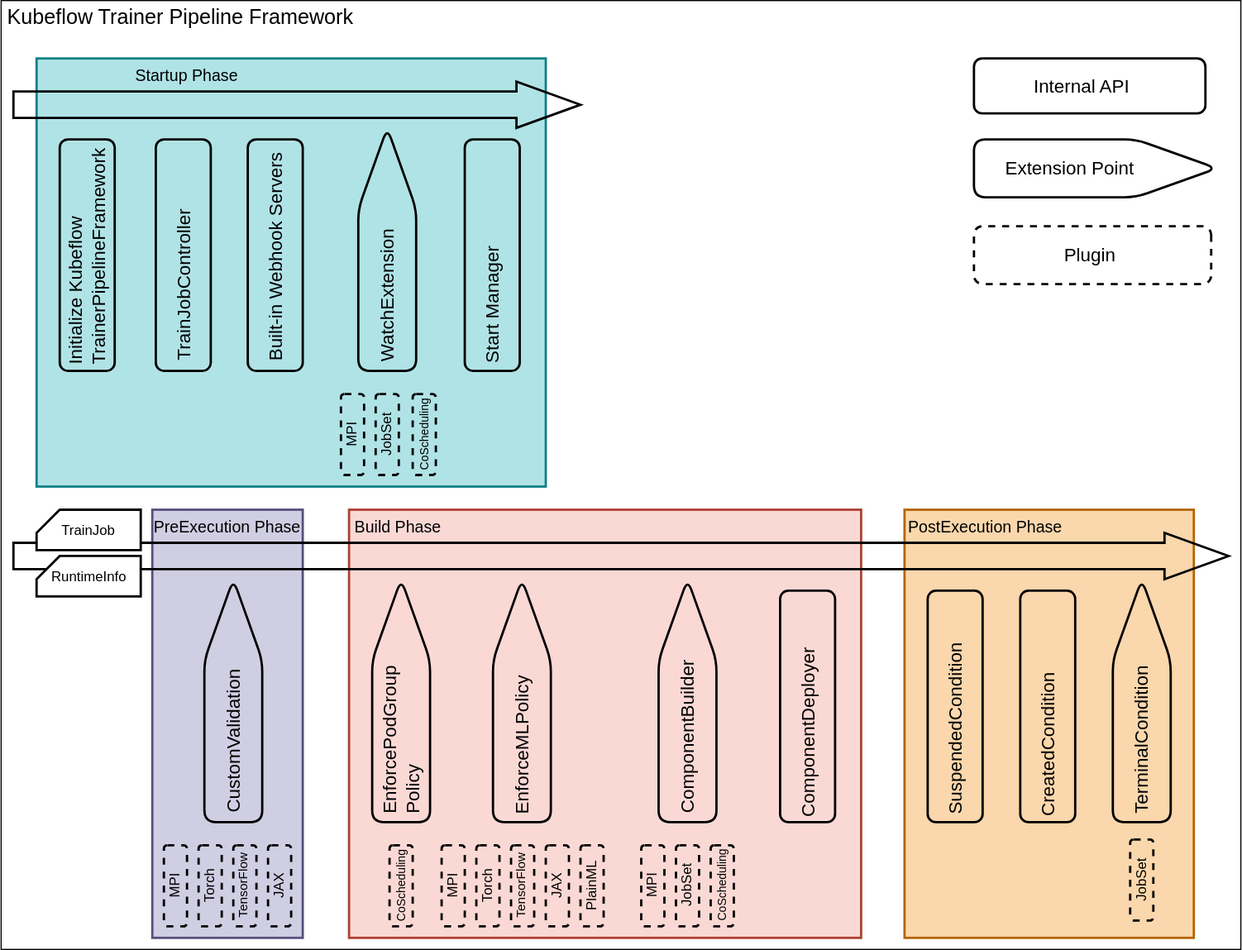
This is content/en/docs/components/trainer/operator-guides/images/TrainerPipelineFramework.drawio.svg from kubeflow/website, a draw.io export, as it was before one commit. Source tidied: cells renumbered, new cells last; positions are measured from the earlier drawing's top-left corner, leaving out a move shared by most shapes.
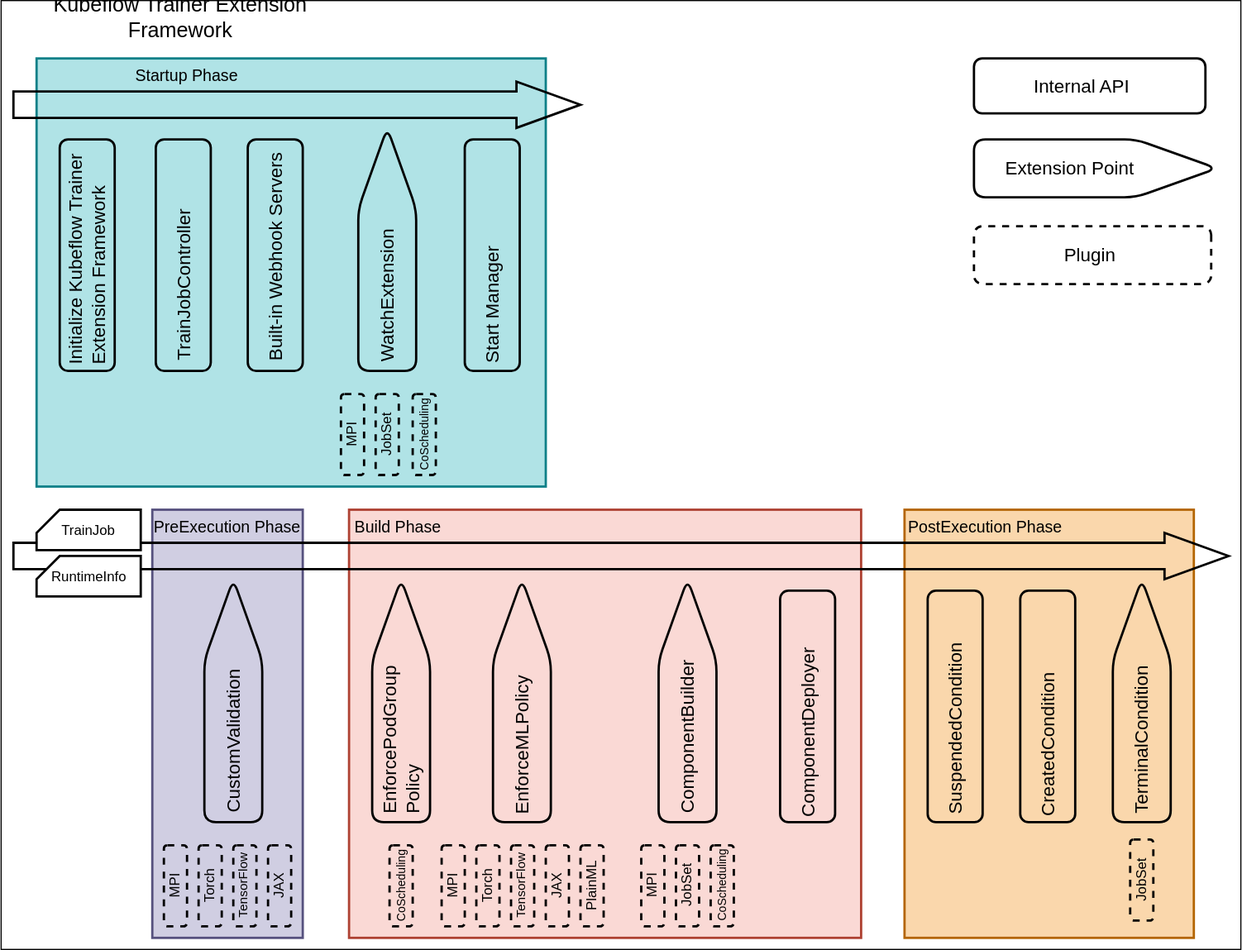
Above is the later version.

Commit message:
fix: update pipeline framework to extension framework.

Change to the diagram source:
```diff
@@ -323,7 +323,7 @@
     <mxCell id="108" value="&lt;span style=&quot;font-size: 16px;&quot;&gt;Extension Point&lt;/span&gt;" style="text;html=1;align=center;verticalAlign=middle;whiteSpace=wrap;rounded=0;rotation=0;" parent="106" vertex="1">
       <mxGeometry x="-57.5" y="95" width="120" height="20" as="geometry" />
     </mxCell>
-    <mxCell id="109" value="&lt;font style=&quot;font-size: 18px;&quot;&gt;Kubeflow Trainer Pipeline Framework&lt;/font&gt;" style="text;html=1;align=center;verticalAlign=middle;whiteSpace=wrap;rounded=0;" parent="1" vertex="1">
+    <mxCell id="109" value="&lt;font style=&quot;font-size: 18px;&quot;&gt;Extension Framework&lt;/font&gt;" style="text;html=1;align=center;verticalAlign=middle;whiteSpace=wrap;rounded=0;" parent="1" vertex="1">
       <mxGeometry x="25.4" width="310.6" height="30" as="geometry" />
     </mxCell>
     <mxCell id="110" style="group;" parent="1" vertex="1">
@@ -347,7 +347,7 @@
     <mxCell id="116" style="rounded=1;whiteSpace=wrap;html=1;strokeWidth=2;rotation=-90;fillColor=none;" parent="115" vertex="1">
       <mxGeometry x="-76.2" y="76.2" width="200" height="47.5" as="geometry" />
     </mxCell>
-    <mxCell id="117" value="&lt;font style=&quot;font-size: 16px;&quot;&gt;Initialize &lt;font style=&quot;&quot;&gt;Kubeflow TrainerPipelineFramework&lt;/font&gt;&lt;/font&gt;" style="text;html=1;align=left;verticalAlign=middle;whiteSpace=wrap;rounded=0;rotation=-90;" parent="115" vertex="1">
+    <mxCell id="117" value="&lt;font style=&quot;font-size: 16px;&quot;&gt;Initialize &lt;font style=&quot;&quot;&gt;Kubeflow Trainer Extension Framework&lt;/font&gt;&lt;/font&gt;" style="text;html=1;align=left;verticalAlign=middle;whiteSpace=wrap;rounded=0;rotation=-90;" parent="115" vertex="1">
       <mxGeometry x="-75.8" y="78.1" width="199" height="38.9" as="geometry" />
     </mxCell>
   </root>
```
